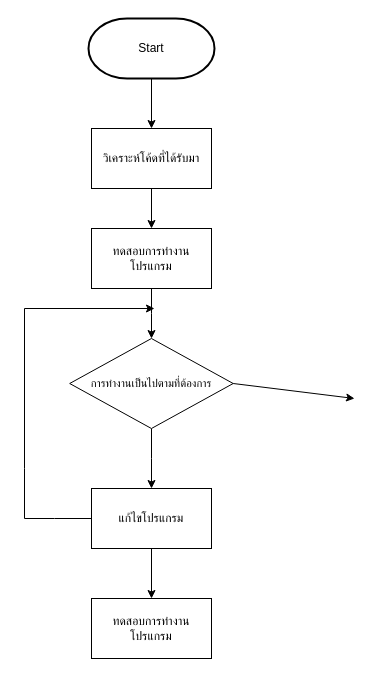
Above: HW/HW01/hw01-2-fix-bug/hw01-2-fix-bug.drawio in wallradon/ENGCE117 (draw.io), before the change. Source tidied: cells renumbered, new cells numbered last; positions are measured from the earlier drawing's top-left corner, leaving out a move shared by most shapes. Both pictures are drawn from the tidied source at 100%, with x=0, y=0 at pixel (24, 18).
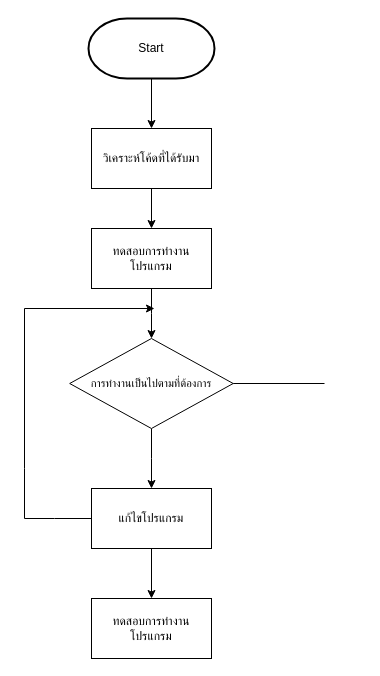
The same diagram, later.

Unchanged cells that the change refers to:
```xml
<mxCell id="7" value="&lt;font style=&quot;font-size: 11px;&quot;&gt;การทำงานเป็นไปตามที่ต้องการ&lt;/font&gt;" style="shape=rhombus;perimeter=rhombusPerimeter;whiteSpace=wrap;html=1;align=center;rounded=0;strokeColor=default;verticalAlign=middle;fontFamily=Helvetica;fontSize=12;fontColor=default;fillColor=#FFFFFF;" parent="1" vertex="1">
  <mxGeometry x="45.2" y="320" width="163.5" height="90" as="geometry" />
</mxCell>
```

Diff of the diagram source:
```diff
@@
-    <mxCell id="15" style="endArrow=classic;html=1;rounded=0;fontFamily=Helvetica;fontSize=12;fontColor=default;exitX=1;exitY=0.5;exitDx=0;exitDy=0;" parent="1" edge="1" source="7">
-      <mxGeometry relative="1" as="geometry">
-        <mxPoint x="330" y="380" as="targetPoint" />
-      </mxGeometry>
-    </mxCell>
+    <mxCell id="16" style="endArrow=none;html=1;rounded=0;fontFamily=Helvetica;fontSize=12;fontColor=default;exitX=1;exitY=0.5;exitDx=0;exitDy=0;" parent="1" edge="1" source="7">
+      <mxGeometry relative="1" as="geometry">
+        <mxPoint x="300" y="365" as="targetPoint" />
+      </mxGeometry>
+    </mxCell>
```
